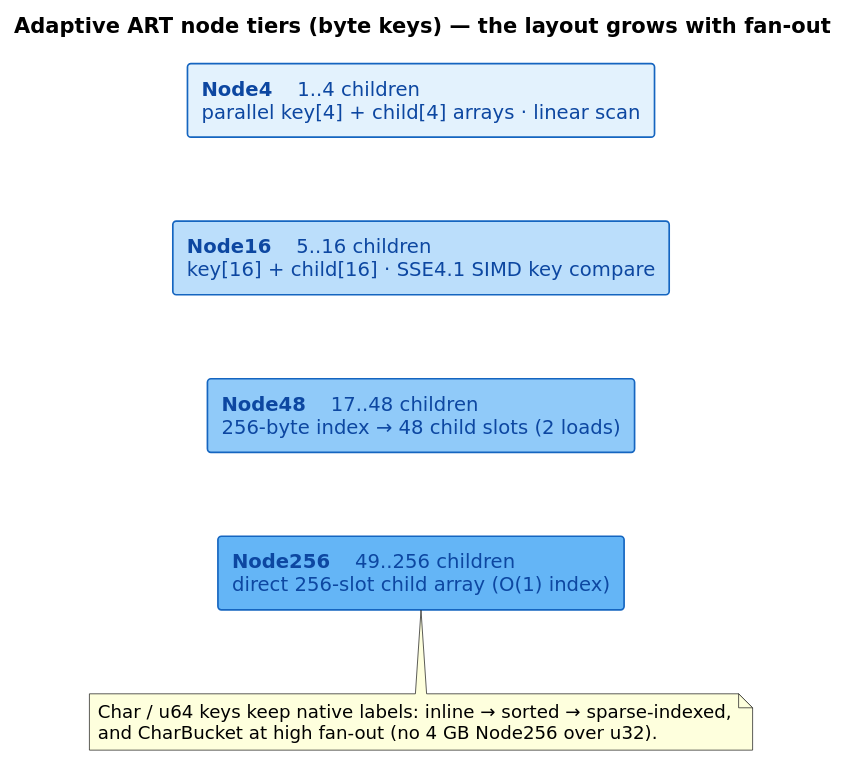
Above: docs/diagrams/node-layouts.svg in vinary-tree/libdictenstein (PlantUML), before the change. Its source is kept beside it as docs/diagrams/src/node-layouts.puml. Source of this version:
```plantuml
@startuml node-layouts
skinparam defaultFontSize 14
skinparam shadowing false
skinparam backgroundColor #FFFFFF
skinparam defaultFontName "DejaVu Sans"
skinparam rectangle {
  BorderColor #1565C0
  FontColor #0D47A1
  BorderThickness 1.2
}
skinparam noteFontSize 13
skinparam TitleFontSize 15

title Adaptive ART node tiers (byte keys) — the layout grows with fan-out

rectangle "**Node4**    1..4 children\nparallel key[4] + child[4] arrays · linear scan" as N4 #E3F2FD
rectangle "**Node16**    5..16 children\nkey[16] + child[16] · SSE4.1 SIMD key compare" as N16 #BBDEFB
rectangle "**Node48**    17..48 children\n256-byte index → 48 child slots (2 loads)" as N48 #90CAF9
rectangle "**Node256**    49..256 children\ndirect 256-slot child array (O(1) index)" as N256 #64B5F6

N4 -[hidden]down- N16
N16 -[hidden]down- N48
N48 -[hidden]down- N256

note bottom of N256
  Char / u64 keys keep native labels: inline → sorted → sparse-indexed,
  and CharBucket at high fan-out (no 4 GB Node256 over u32).
end note
@enduml
```
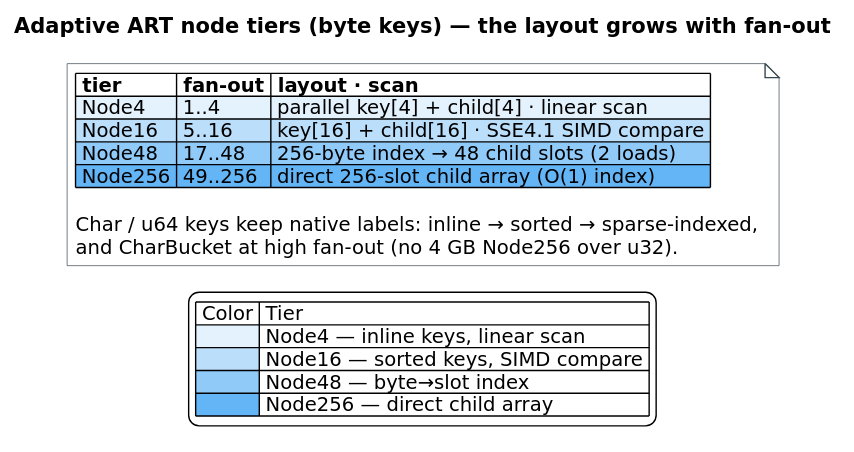
The same file after the commit.

Diff of the diagram source:
```diff
@@ -3,27 +3,31 @@
 skinparam shadowing false
 skinparam backgroundColor #FFFFFF
 skinparam defaultFontName "DejaVu Sans"
-skinparam rectangle {
-  BorderColor #1565C0
-  FontColor #0D47A1
-  BorderThickness 1.2
+skinparam TitleFontSize 15
+skinparam noteFontSize 14
+skinparam note {
+  BackgroundColor #FFFFFF
+  BorderColor #37474F
 }
-skinparam noteFontSize 13
-skinparam TitleFontSize 15
 
 title Adaptive ART node tiers (byte keys) — the layout grows with fan-out
 
-rectangle "**Node4**    1..4 children\nparallel key[4] + child[4] arrays · linear scan" as N4 #E3F2FD
-rectangle "**Node16**    5..16 children\nkey[16] + child[16] · SSE4.1 SIMD key compare" as N16 #BBDEFB
-rectangle "**Node48**    17..48 children\n256-byte index → 48 child slots (2 loads)" as N48 #90CAF9
-rectangle "**Node256**    49..256 children\ndirect 256-slot child array (O(1) index)" as N256 #64B5F6
+note as NL
+|= tier |= fan-out |= layout · scan |
+|<#E3F2FD> Node4 |<#E3F2FD> 1..4 |<#E3F2FD> parallel key[4] + child[4] · linear scan |
+|<#BBDEFB> Node16 |<#BBDEFB> 5..16 |<#BBDEFB> key[16] + child[16] · SSE4.1 SIMD compare |
+|<#90CAF9> Node48 |<#90CAF9> 17..48 |<#90CAF9> 256-byte index → 48 child slots (2 loads) |
+|<#64B5F6> Node256 |<#64B5F6> 49..256 |<#64B5F6> direct 256-slot child array (O(1) index) |
 
-N4 -[hidden]down- N16
-N16 -[hidden]down- N48
-N48 -[hidden]down- N256
+Char / u64 keys keep native labels: inline → sorted → sparse-indexed,
+and CharBucket at high fan-out (no 4 GB Node256 over u32).
+end note
 
-note bottom of N256
-  Char / u64 keys keep native labels: inline → sorted → sparse-indexed,
-  and CharBucket at high fan-out (no 4 GB Node256 over u32).
-end note
+legend bottom
+| Color | Tier |
+|<#E3F2FD>| Node4 — inline keys, linear scan |
+|<#BBDEFB>| Node16 — sorted keys, SIMD compare |
+|<#90CAF9>| Node48 — byte→slot index |
+|<#64B5F6>| Node256 — direct child array |
+endlegend
 @enduml
```
